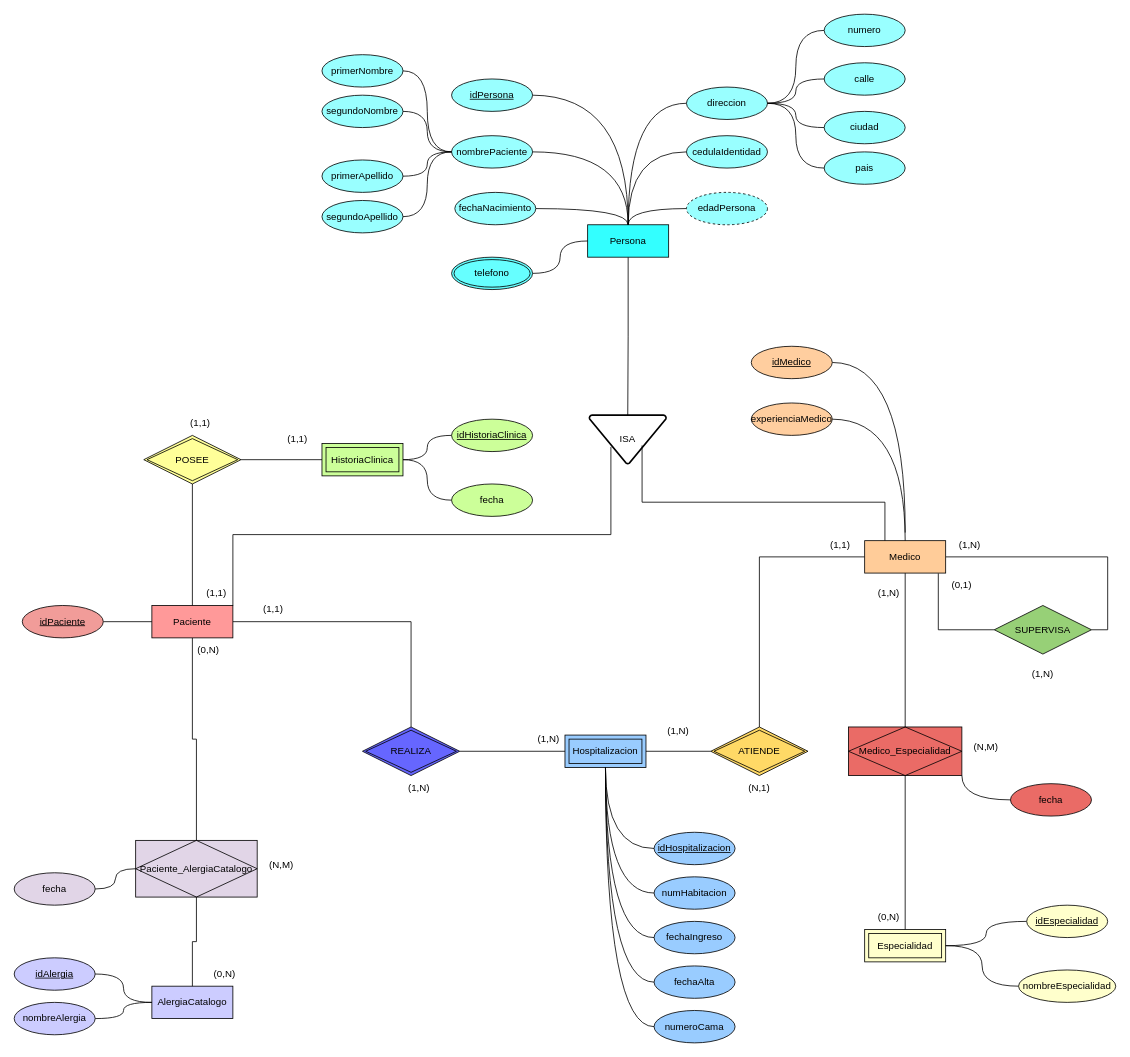
Isa4cc/BASE-DE-DATOS-I-DIAGRAMAS keeps this draw.io diagram as diagramahospitaldeber.drawio. Above is the earlier version. Source tidied: cells renumbered, new cells numbered last; positions are measured from the earlier drawing's top-left corner, leaving out a move shared by most shapes. Both pictures are drawn from the tidied source at 81%, with x=0, y=0 at pixel (14, 14).
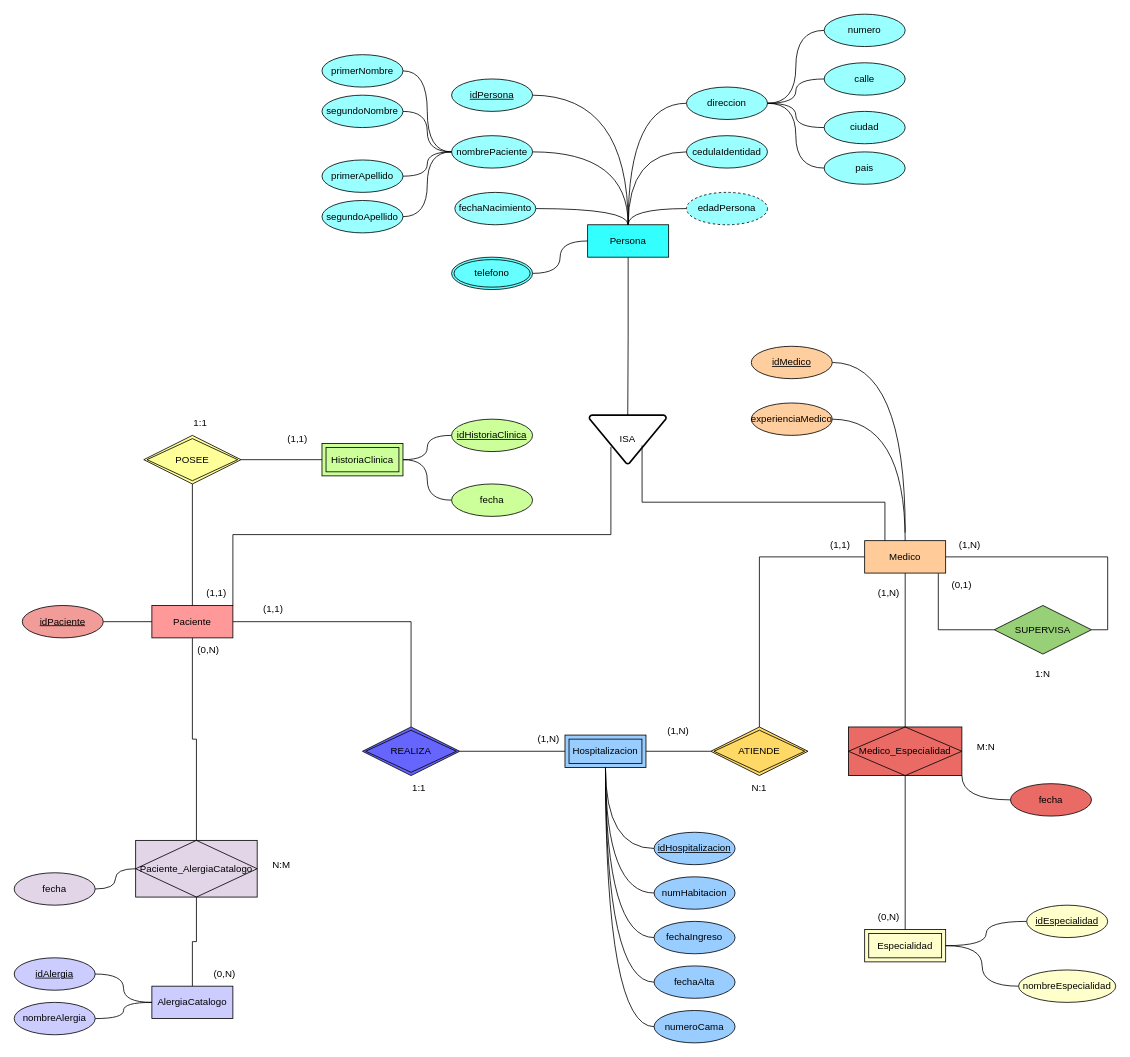
After the change.

What changed in the source:
```diff
@@
-    <mxCell id="40" value="(1,N)" style="text;html=1;whiteSpace=wrap;strokeColor=none;fillColor=none;align=center;verticalAlign=middle;rounded=0;" parent="1" vertex="1">
+    <mxCell id="40" value="1:N" style="text;html=1;whiteSpace=wrap;strokeColor=none;fillColor=none;align=center;verticalAlign=middle;rounded=0;" parent="1" vertex="1">
       <mxGeometry x="1240" y="800" width="60" height="30" as="geometry" />
     </mxCell>
-    <mxCell id="41" value="(N,1)" style="text;html=1;whiteSpace=wrap;strokeColor=none;fillColor=none;align=center;verticalAlign=middle;rounded=0;" parent="1" vertex="1">
+    <mxCell id="41" value="N:1" style="text;html=1;whiteSpace=wrap;strokeColor=none;fillColor=none;align=center;verticalAlign=middle;rounded=0;" parent="1" vertex="1">
       <mxGeometry x="890" y="940" width="60" height="30" as="geometry" />
     </mxCell>
-    <mxCell id="42" value="(N,M)" style="text;html=1;whiteSpace=wrap;strokeColor=none;fillColor=none;align=center;verticalAlign=middle;rounded=0;" parent="1" vertex="1">
+    <mxCell id="42" value="M:N" style="text;html=1;whiteSpace=wrap;strokeColor=none;fillColor=none;align=center;verticalAlign=middle;rounded=0;" parent="1" vertex="1">
       <mxGeometry x="1170" y="890" width="60" height="30" as="geometry" />
     </mxCell>
-    <mxCell id="43" value="(N,M)" style="text;html=1;whiteSpace=wrap;strokeColor=none;fillColor=none;align=center;verticalAlign=middle;rounded=0;" parent="1" vertex="1">
+    <mxCell id="43" value="N:M" style="text;html=1;whiteSpace=wrap;strokeColor=none;fillColor=none;align=center;verticalAlign=middle;rounded=0;" parent="1" vertex="1">
       <mxGeometry x="300" y="1035" width="60" height="30" as="geometry" />
     </mxCell>
-    <mxCell id="44" value="(1,N)" style="text;html=1;whiteSpace=wrap;strokeColor=none;fillColor=none;align=center;verticalAlign=middle;rounded=0;" parent="1" vertex="1">
+    <mxCell id="44" value="1:1" style="text;html=1;whiteSpace=wrap;strokeColor=none;fillColor=none;align=center;verticalAlign=middle;rounded=0;" parent="1" vertex="1">
       <mxGeometry x="470" y="940" width="60" height="30" as="geometry" />
     </mxCell>
-    <mxCell id="45" value="(1,1)" style="text;html=1;whiteSpace=wrap;strokeColor=none;fillColor=none;align=center;verticalAlign=middle;rounded=0;" parent="1" vertex="1">
+    <mxCell id="45" value="1:1" style="text;html=1;whiteSpace=wrap;strokeColor=none;fillColor=none;align=center;verticalAlign=middle;rounded=0;" parent="1" vertex="1">
       <mxGeometry x="200" y="490" width="60" height="30" as="geometry" />
     </mxCell>
```
